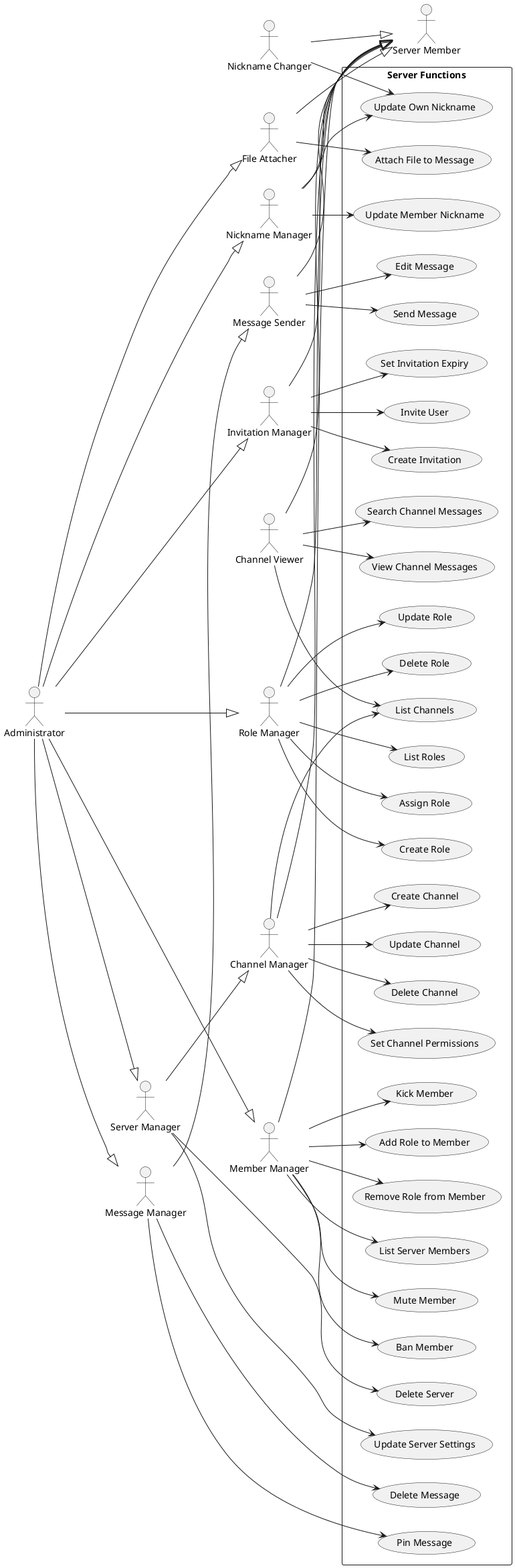
hugoponthieu/tad-beep-microservices keeps this PlantUML diagram as diagram/server-management.png. Above is the earlier version. The source it was exported from:
```plantuml
@startuml
left to right direction
actor "Server Member" as Member
actor "Invitation Manager" as InvMgr
actor "Member Manager" as MemMgr
actor "Role Manager" as RoleMgr
actor "Nickname Manager" as NickMgr
actor "Nickname Changer" as NickChg
actor "Channel Manager" as ChanMgr
actor "Channel Viewer" as ChanView
actor "Message Sender" as MsgSend
actor "Message Manager" as MsgMgr
actor "File Attacher" as FileAtt
actor "Server Manager" as SrvMgr
actor "Administrator" as Admin

InvMgr --|> Member
MemMgr --|> Member
RoleMgr --|> Member
NickMgr --|> Member
NickChg --|> Member
ChanMgr --|> Member
ChanView --|> Member
MsgSend --|> Member
MsgMgr --|> MsgSend
FileAtt --|> Member
SrvMgr --|> ChanMgr
Admin --|> SrvMgr
Admin --|> RoleMgr
Admin --|> MemMgr
Admin --|> InvMgr
Admin --|> NickMgr
Admin --|> MsgMgr
Admin --|> FileAtt

rectangle "Server Functions" {
  usecase "Invite User" as UC1
  usecase "Create Invitation" as UC2
  usecase "Set Invitation Expiry" as UC3
  usecase "Add Role to Member" as UC4
  usecase "Remove Role from Member" as UC5
  usecase "List Server Members" as UC6
  usecase "Mute Member" as UC7
  usecase "Ban Member" as UC8
  usecase "Kick Member" as UC9
  usecase "Create Role" as UC10
  usecase "Update Role" as UC11
  usecase "Delete Role" as UC12
  usecase "List Roles" as UC13
  usecase "Assign Role" as UC14
  usecase "Update Member Nickname" as UC15
  usecase "Update Own Nickname" as UC16
  usecase "Create Channel" as UC17
  usecase "Update Channel" as UC18
  usecase "Delete Channel" as UC19
  usecase "List Channels" as UC20
  usecase "Set Channel Permissions" as UC21
  usecase "View Channel Messages" as UC22
  usecase "Search Channel Messages" as UC23
  usecase "Send Message" as UC24
  usecase "Edit Message" as UC25
  usecase "Delete Message" as UC26
  usecase "Pin Message" as UC27
  usecase "Attach File to Message" as UC28
  usecase "Update Server Settings" as UC29
  usecase "Delete Server" as UC30
}

InvMgr --> UC1
InvMgr --> UC2
InvMgr --> UC3

MemMgr --> UC4
MemMgr --> UC5
MemMgr --> UC6
MemMgr --> UC7
MemMgr --> UC8
MemMgr --> UC9

RoleMgr --> UC10
RoleMgr --> UC11
RoleMgr --> UC12
RoleMgr --> UC13
RoleMgr --> UC14

NickMgr --> UC15
NickMgr --> UC16

NickChg --> UC16

ChanMgr --> UC17
ChanMgr --> UC18
ChanMgr --> UC19
ChanMgr --> UC20
ChanMgr --> UC21

ChanView --> UC20
ChanView --> UC22
ChanView --> UC23

MsgSend --> UC24
MsgSend --> UC25

MsgMgr --> UC26
MsgMgr --> UC27

FileAtt --> UC28

SrvMgr --> UC29
SrvMgr --> UC30
@enduml
```
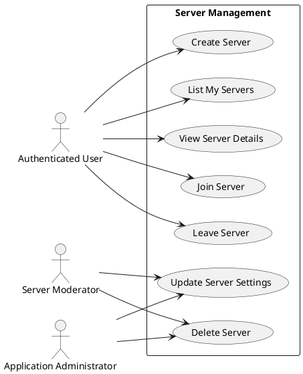
The same file after the commit.

The edit, as a diff of the source:
```diff
@@ -1,111 +1,26 @@
 @startuml
 left to right direction
-actor "Server Member" as Member
-actor "Invitation Manager" as InvMgr
-actor "Member Manager" as MemMgr
-actor "Role Manager" as RoleMgr
-actor "Nickname Manager" as NickMgr
-actor "Nickname Changer" as NickChg
-actor "Channel Manager" as ChanMgr
-actor "Channel Viewer" as ChanView
-actor "Message Sender" as MsgSend
-actor "Message Manager" as MsgMgr
-actor "File Attacher" as FileAtt
-actor "Server Manager" as SrvMgr
-actor "Administrator" as Admin
+actor "Authenticated User" as User
+actor "Server Moderator" as ServerMod
+actor "Application Administrator" as Admin
 
-InvMgr --|> Member
-MemMgr --|> Member
-RoleMgr --|> Member
-NickMgr --|> Member
-NickChg --|> Member
-ChanMgr --|> Member
-ChanView --|> Member
-MsgSend --|> Member
-MsgMgr --|> MsgSend
-FileAtt --|> Member
-SrvMgr --|> ChanMgr
-Admin --|> SrvMgr
-Admin --|> RoleMgr
-Admin --|> MemMgr
-Admin --|> InvMgr
-Admin --|> NickMgr
-Admin --|> MsgMgr
-Admin --|> FileAtt
-
-rectangle "Server Functions" {
-  usecase "Invite User" as UC1
-  usecase "Create Invitation" as UC2
-  usecase "Set Invitation Expiry" as UC3
-  usecase "Add Role to Member" as UC4
-  usecase "Remove Role from Member" as UC5
-  usecase "List Server Members" as UC6
-  usecase "Mute Member" as UC7
-  usecase "Ban Member" as UC8
-  usecase "Kick Member" as UC9
-  usecase "Create Role" as UC10
-  usecase "Update Role" as UC11
-  usecase "Delete Role" as UC12
-  usecase "List Roles" as UC13
-  usecase "Assign Role" as UC14
-  usecase "Update Member Nickname" as UC15
-  usecase "Update Own Nickname" as UC16
-  usecase "Create Channel" as UC17
-  usecase "Update Channel" as UC18
-  usecase "Delete Channel" as UC19
-  usecase "List Channels" as UC20
-  usecase "Set Channel Permissions" as UC21
-  usecase "View Channel Messages" as UC22
-  usecase "Search Channel Messages" as UC23
-  usecase "Send Message" as UC24
-  usecase "Edit Message" as UC25
-  usecase "Delete Message" as UC26
-  usecase "Pin Message" as UC27
-  usecase "Attach File to Message" as UC28
-  usecase "Update Server Settings" as UC29
-  usecase "Delete Server" as UC30
+rectangle "Server Management" {
+  usecase "Create Server" as UC1
+  usecase "Delete Server" as UC2
+  usecase "Update Server Settings" as UC3
+  usecase "List My Servers" as UC4
+  usecase "View Server Details" as UC5
+  usecase "Join Server" as UC6
+  usecase "Leave Server" as UC7
 }
 
-InvMgr --> UC1
-InvMgr --> UC2
-InvMgr --> UC3
-
-MemMgr --> UC4
-MemMgr --> UC5
-MemMgr --> UC6
-MemMgr --> UC7
-MemMgr --> UC8
-MemMgr --> UC9
-
-RoleMgr --> UC10
-RoleMgr --> UC11
-RoleMgr --> UC12
-RoleMgr --> UC13
-RoleMgr --> UC14
-
-NickMgr --> UC15
-NickMgr --> UC16
-
-NickChg --> UC16
-
-ChanMgr --> UC17
-ChanMgr --> UC18
-ChanMgr --> UC19
-ChanMgr --> UC20
-ChanMgr --> UC21
-
-ChanView --> UC20
-ChanView --> UC22
-ChanView --> UC23
-
-MsgSend --> UC24
-MsgSend --> UC25
-
-MsgMgr --> UC26
-MsgMgr --> UC27
-
-FileAtt --> UC28
-
-SrvMgr --> UC29
-SrvMgr --> UC30
+User --> UC1
+User --> UC4
+User --> UC5
+User --> UC6
+User --> UC7
+ServerMod --> UC2
+ServerMod --> UC3
+Admin --> UC2
+Admin --> UC3
 @enduml
```
